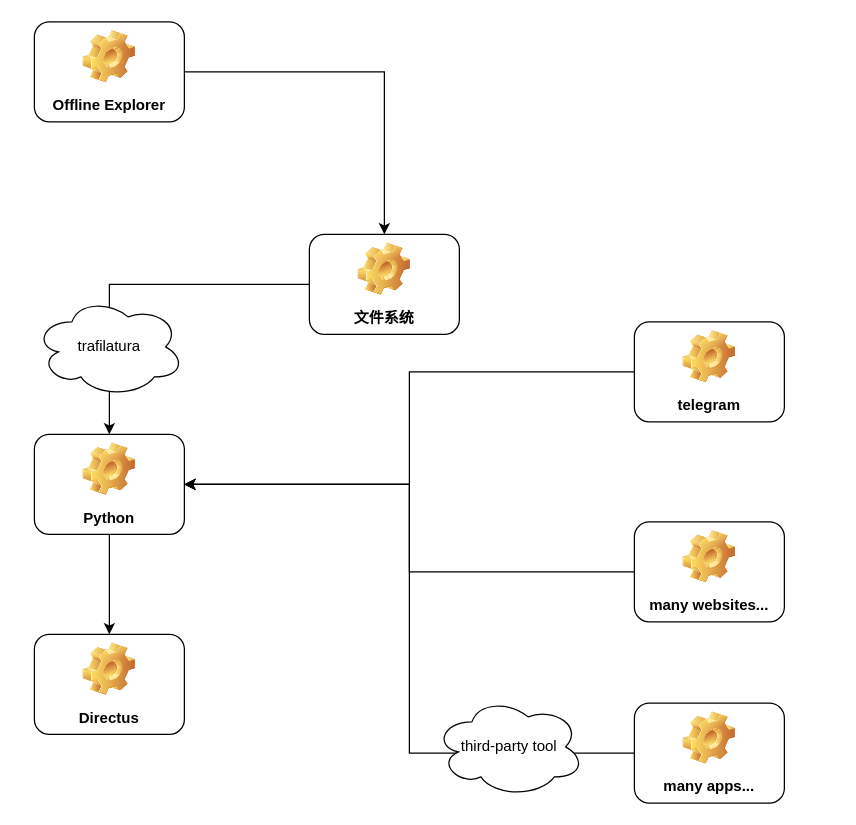
Earlier version of the draw.io diagram 架构.drawio (readmanisme/novel). Source tidied: cells renumbered, new cells numbered last; positions are measured from the earlier drawing's top-left corner, leaving out a move shared by most shapes. Both pictures are drawn from the tidied source at 125%, with x=0, y=0 at pixel (34, 21).
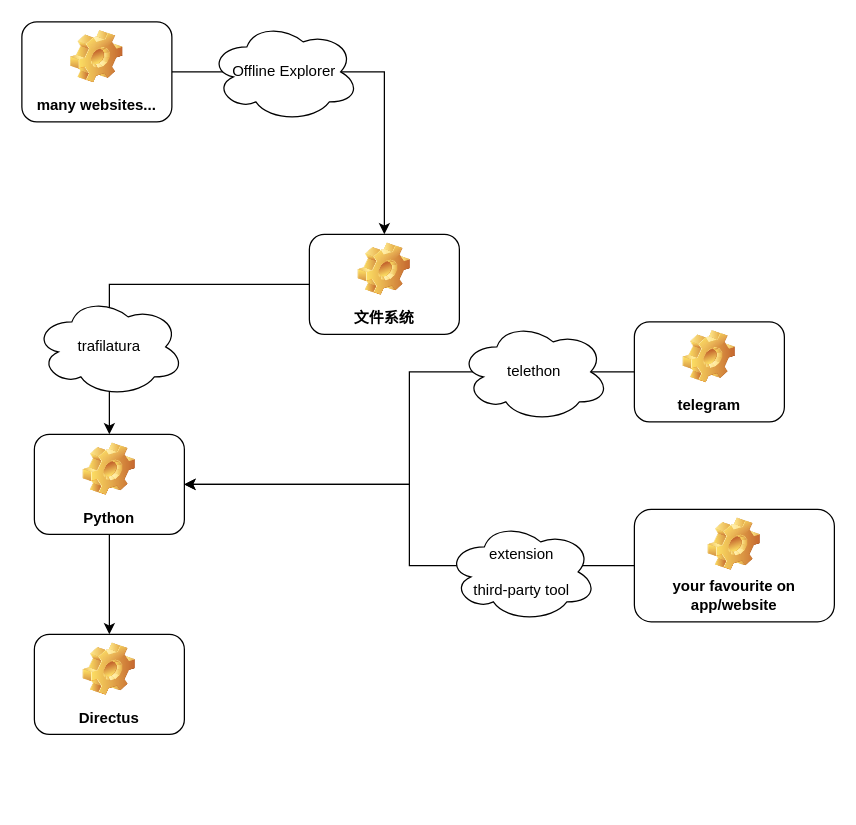
Above is the later version.

What changed in the source:
```diff
@@
 <mxGraphModel>
   <root>
     <mxCell id="0" />
     <mxCell id="1" parent="0" />
-    <mxCell id="2" style="edgeStyle=orthogonalEdgeStyle;rounded=0;jettySize=auto;html=1;entryX=0.5;entryY=0;entryDx=0;entryDy=0;" parent="1" edge="1" source="3" target="5">
+    <mxCell id="2" style="edgeStyle=orthogonalEdgeStyle;rounded=0;jettySize=auto;html=1;entryX=0.5;entryY=0;entryDx=0;entryDy=0;exitX=1;exitY=0.5;exitDx=0;exitDy=0;" parent="1" edge="1" source="19" target="5">
       <mxGeometry relative="1" as="geometry" />
     </mxCell>
-    <mxCell id="3" value="Offline Explorer" style="label;whiteSpace=wrap;html=1;align=center;verticalAlign=bottom;spacingLeft=0;spacingBottom=4;imageAlign=center;imageVerticalAlign=top;image=img/clipart/Gear_128x128.png;" parent="1" vertex="1">
-      <mxGeometry width="120" height="80" as="geometry" />
-    </mxCell>
     <mxCell id="4" style="edgeStyle=orthogonalEdgeStyle;rounded=0;jettySize=auto;html=1;" parent="1" edge="1" source="5" target="7">
       <mxGeometry relative="1" as="geometry" />
     </mxCell>
     <mxCell id="5" value="文件系统" style="label;whiteSpace=wrap;html=1;align=center;verticalAlign=bottom;spacingLeft=0;spacingBottom=4;imageAlign=center;imageVerticalAlign=top;image=img/clipart/Gear_128x128.png;" parent="1" vertex="1">
       <mxGeometry x="220" y="170" width="120" height="80" as="geometry" />
     </mxCell>
     <mxCell id="6" style="edgeStyle=orthogonalEdgeStyle;rounded=0;jettySize=auto;html=1;" parent="1" edge="1" source="7" target="8">
       <mxGeometry relative="1" as="geometry" />
     </mxCell>
     <mxCell id="7" value="Python" style="label;whiteSpace=wrap;html=1;align=center;verticalAlign=bottom;spacingLeft=0;spacingBottom=4;imageAlign=center;imageVerticalAlign=top;image=img/clipart/Gear_128x128.png;" parent="1" vertex="1">
       <mxGeometry y="330" width="120" height="80" as="geometry" />
     </mxCell>
     <mxCell id="8" value="Directus" style="label;whiteSpace=wrap;html=1;align=center;verticalAlign=bottom;spacingLeft=0;spacingBottom=4;imageAlign=center;imageVerticalAlign=top;image=img/clipart/Gear_128x128.png;" parent="1" vertex="1">
       <mxGeometry y="490" width="120" height="80" as="geometry" />
     </mxCell>
     <mxCell id="9" style="edgeStyle=orthogonalEdgeStyle;rounded=0;jettySize=auto;html=1;entryX=1;entryY=0.5;entryDx=0;entryDy=0;" parent="1" edge="1" source="10" target="7">
       <mxGeometry relative="1" as="geometry" />
     </mxCell>
     <mxCell id="10" value="telegram" style="label;whiteSpace=wrap;html=1;align=center;verticalAlign=bottom;spacingLeft=0;spacingBottom=4;imageAlign=center;imageVerticalAlign=top;image=img/clipart/Gear_128x128.png;" parent="1" vertex="1">
       <mxGeometry x="480" y="240" width="120" height="80" as="geometry" />
     </mxCell>
     <mxCell id="11" style="edgeStyle=orthogonalEdgeStyle;rounded=0;jettySize=auto;html=1;entryX=1;entryY=0.5;entryDx=0;entryDy=0;" parent="1" edge="1" source="12" target="7">
       <mxGeometry relative="1" as="geometry" />
     </mxCell>
-    <mxCell id="12" value="many websites..." style="label;whiteSpace=wrap;html=1;align=center;verticalAlign=bottom;spacingLeft=0;spacingBottom=4;imageAlign=center;imageVerticalAlign=top;image=img/clipart/Gear_128x128.png;" parent="1" vertex="1">
-      <mxGeometry x="480" y="400" width="120" height="80" as="geometry" />
+    <mxCell id="12" value="your favourite on app/website" style="label;whiteSpace=wrap;html=1;align=center;verticalAlign=bottom;spacingLeft=0;spacingBottom=4;imageAlign=center;imageVerticalAlign=top;image=img/clipart/Gear_128x128.png;" parent="1" vertex="1">
+      <mxGeometry x="480" y="390" width="160" height="90" as="geometry" />
     </mxCell>
-    <mxCell id="13" style="edgeStyle=orthogonalEdgeStyle;rounded=0;jettySize=auto;html=1;entryX=1;entryY=0.5;entryDx=0;entryDy=0;" parent="1" edge="1" source="14" target="7">
-      <mxGeometry relative="1" as="geometry" />
-    </mxCell>
-    <mxCell id="14" value="many apps..." style="label;whiteSpace=wrap;html=1;align=center;verticalAlign=bottom;spacingLeft=0;spacingBottom=4;imageAlign=center;imageVerticalAlign=top;image=img/clipart/Gear_128x128.png;" parent="1" vertex="1">
-      <mxGeometry x="480" y="545" width="120" height="80" as="geometry" />
-    </mxCell>
-    <mxCell id="15" value="third-party tool" style="ellipse;shape=cloud;whiteSpace=wrap;html=1;" parent="1" vertex="1">
-      <mxGeometry x="320" y="540" width="120" height="80" as="geometry" />
-    </mxCell>
     <mxCell id="16" value="trafilatura" style="ellipse;shape=cloud;whiteSpace=wrap;html=1;" parent="1" vertex="1">
       <mxGeometry y="220" width="120" height="80" as="geometry" />
     </mxCell>
+    <mxCell id="17" value="extension&lt;br&gt;&lt;br&gt;third-party tool" style="ellipse;shape=cloud;whiteSpace=wrap;html=1;" parent="1" vertex="1">
+      <mxGeometry x="330" y="400" width="120" height="80" as="geometry" />
+    </mxCell>
+    <mxCell id="18" value="telethon" style="ellipse;shape=cloud;whiteSpace=wrap;html=1;" parent="1" vertex="1">
+      <mxGeometry x="340" y="240" width="120" height="80" as="geometry" />
+    </mxCell>
+    <mxCell id="19" value="many websites..." style="label;whiteSpace=wrap;html=1;align=center;verticalAlign=bottom;spacingLeft=0;spacingBottom=4;imageAlign=center;imageVerticalAlign=top;image=img/clipart/Gear_128x128.png;" parent="1" vertex="1">
+      <mxGeometry x="-10" width="120" height="80" as="geometry" />
+    </mxCell>
+    <mxCell id="3" value="Offline Explorer" style="ellipse;shape=cloud;whiteSpace=wrap;html=1;" parent="1" vertex="1">
+      <mxGeometry x="140" width="120" height="80" as="geometry" />
+    </mxCell>
   </root>
 </mxGraphModel>
```
